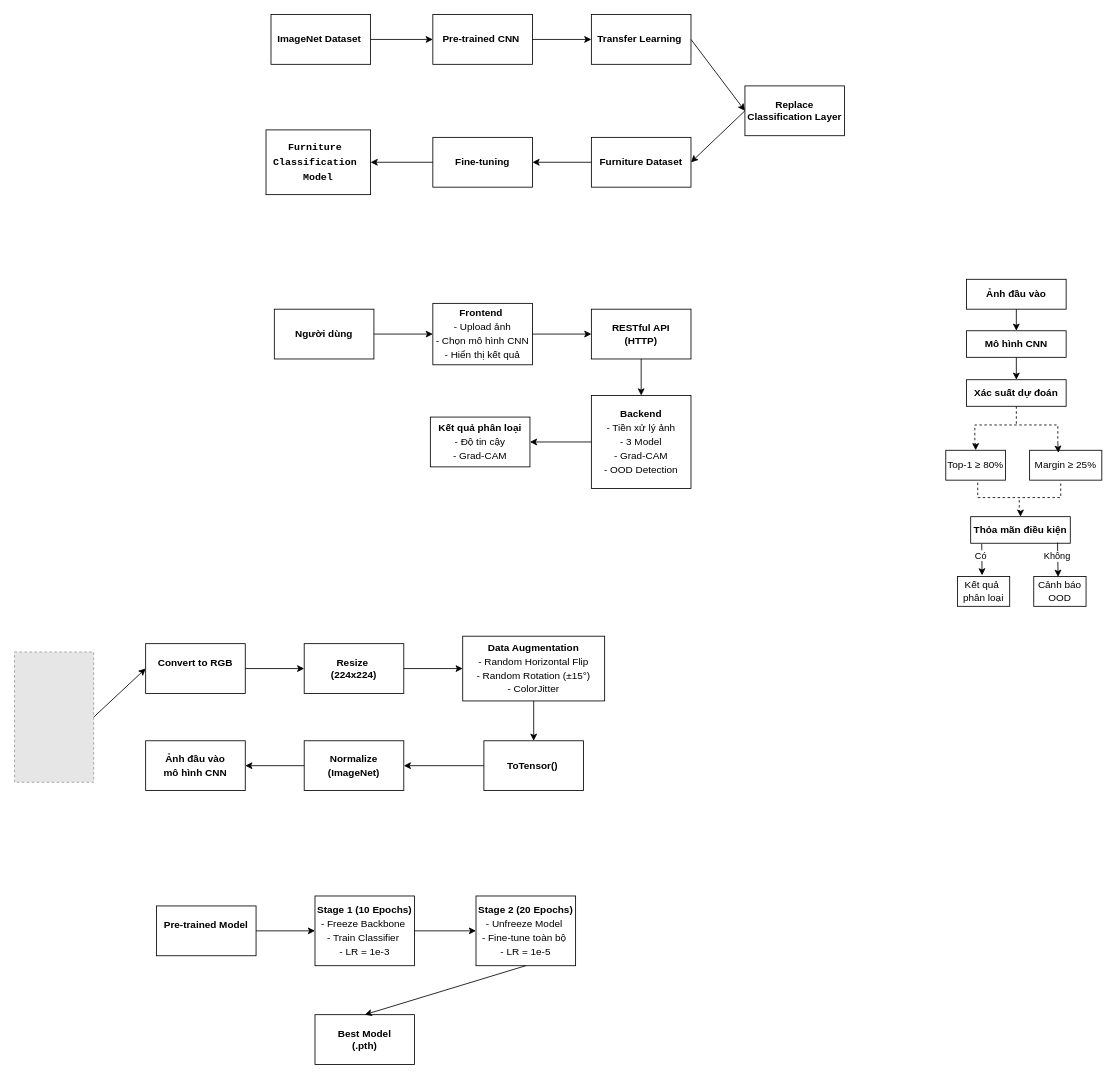
Earlier version of the draw.io diagram bao_cao/yasss.drawio (thanhnam23-dev/TTTN_DL_FUR). Source tidied: cells renumbered, new cells numbered last; positions are measured from the earlier drawing's top-left corner, leaving out a move shared by most shapes. Both pictures are drawn from the tidied source at 83%, with x=0, y=0 at pixel (14, 14). Pictures stored in the file or linked from it are replaced by grey dashed boxes.
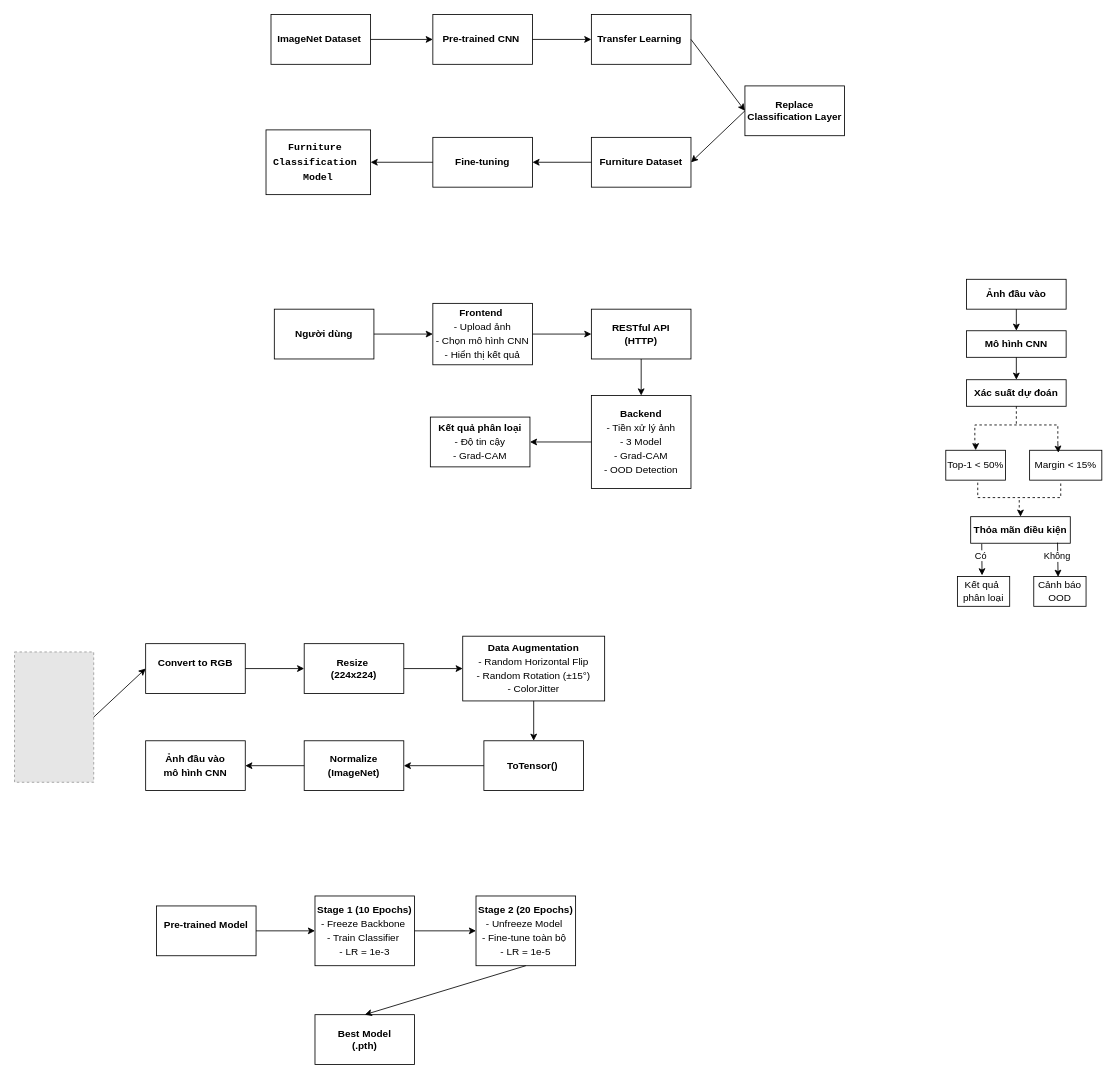
The same page after the edit.

What changed in the source:
```diff
@@
-    <mxCell id="56" value="&lt;span style=&quot;font-weight: normal;&quot;&gt;Top-1&amp;nbsp;≥ 80%&lt;/span&gt;" style="rounded=0;whiteSpace=wrap;html=1;fontStyle=1;" parent="1" vertex="1">
+    <mxCell id="56" value="&lt;span style=&quot;font-weight: normal;&quot;&gt;Top-1 &amp;lt; 50%&lt;/span&gt;" style="rounded=0;whiteSpace=wrap;html=1;fontStyle=1;" parent="1" vertex="1">
       <mxGeometry x="1122" y="525" width="72" height="36" as="geometry" />
     </mxCell>
-    <mxCell id="57" value="&lt;span style=&quot;font-weight: normal;&quot;&gt;Margin&amp;nbsp;≥ 25%&lt;/span&gt;" style="rounded=0;whiteSpace=wrap;html=1;fontStyle=1;" parent="1" vertex="1">
+    <mxCell id="57" value="&lt;span style=&quot;font-weight: normal;&quot;&gt;Margin &amp;lt; 15%&lt;/span&gt;" style="rounded=0;whiteSpace=wrap;html=1;fontStyle=1;" parent="1" vertex="1">
       <mxGeometry x="1223" y="525" width="87" height="36" as="geometry" />
     </mxCell>
```
